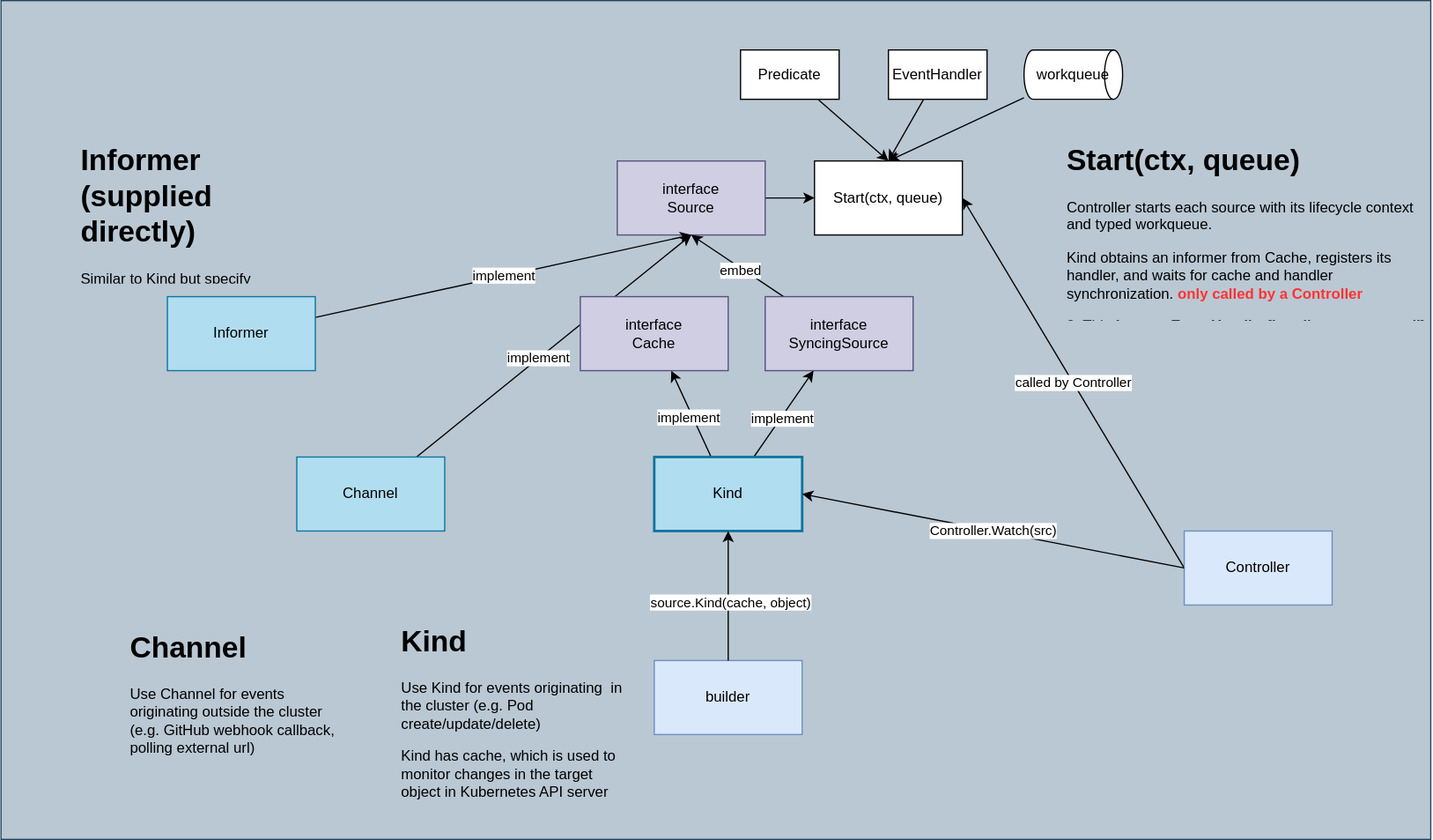
Earlier version of the draw.io export contents/kubernetes-operator/controller-runtime/source/diagram.drawio.svg (nakamasato/kubernetes-training). Source tidied: cells renumbered, new cells last; positions are measured from the earlier drawing's top-left corner, leaving out a move shared by most shapes.
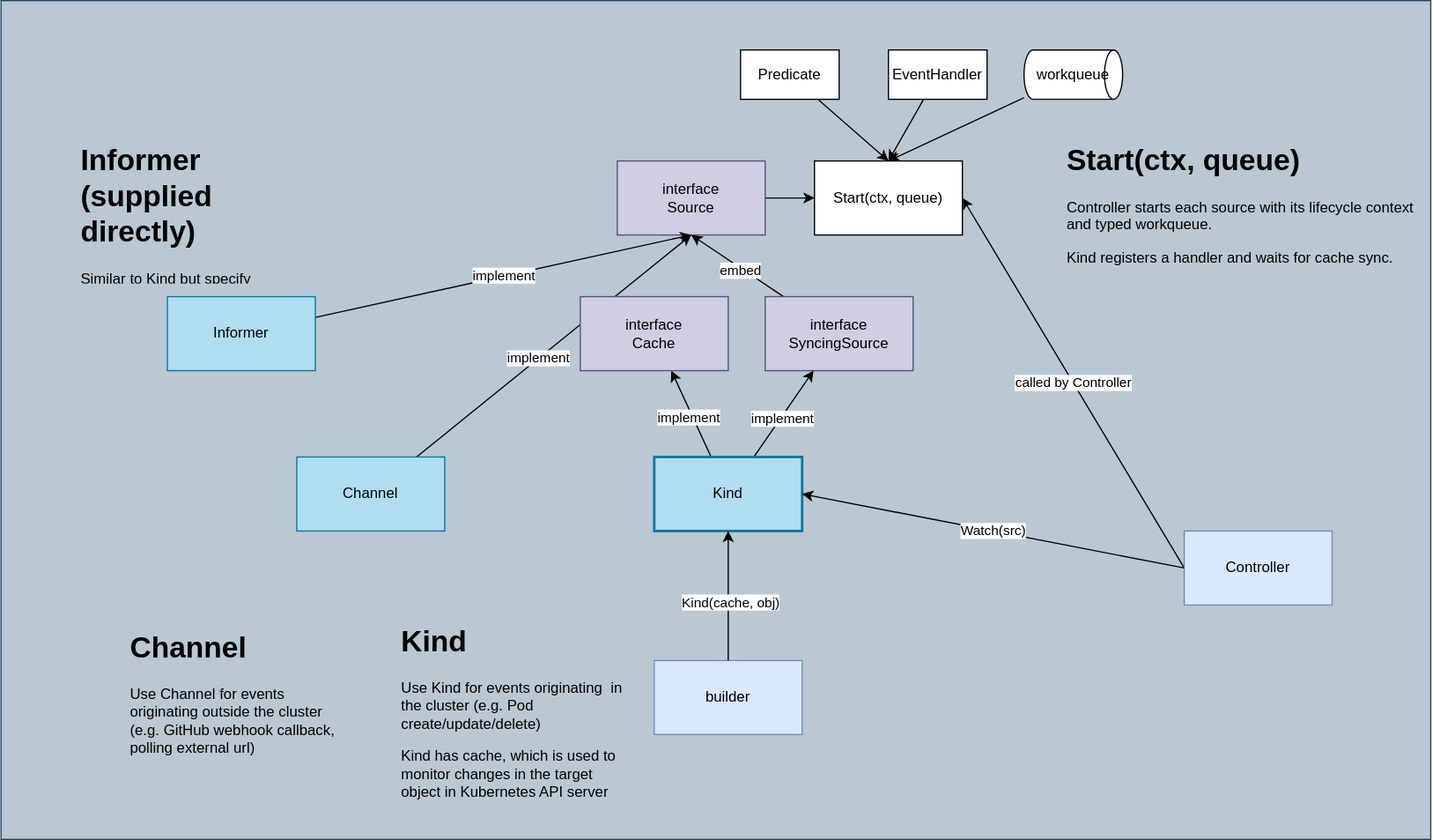
The same file after the commit.

Change to the diagram source:
```diff
@@ -82,7 +82,7 @@
     <mxCell id="27" value="Start(ctx, queue)" style="rounded=0;whiteSpace=wrap;html=1;" parent="1" vertex="1">
       <mxGeometry x="660" y="130" width="120" height="60" as="geometry" />
     </mxCell>
-    <mxCell id="28" value="&lt;h1&gt;Start(ctx, queue)&lt;/h1&gt;&lt;p&gt;Controller starts each source with its lifecycle context and typed workqueue.&lt;/p&gt;&lt;p&gt;Kind obtains an informer from Cache, registers its handler, and waits for cache and handler synchronization.&lt;/p&gt;" style="text;html=1;strokeColor=none;fillColor=none;spacing=5;spacingTop=-20;whiteSpace=wrap;overflow=hidden;rounded=0;" parent="1" vertex="1">
+    <mxCell id="28" value="&lt;h1&gt;Start(ctx, queue)&lt;/h1&gt;&lt;p&gt;Controller starts each source with its lifecycle context and typed workqueue.&lt;/p&gt;&lt;p&gt;Kind registers its handler with the cached informer and waits for synchronization.&lt;/p&gt;" style="text;html=1;strokeColor=none;fillColor=none;spacing=5;spacingTop=-20;whiteSpace=wrap;overflow=hidden;rounded=0;" parent="1" vertex="1">
       <mxGeometry x="860" y="110" width="300" height="150" as="geometry" />
     </mxCell>
     <mxCell id="29" value="called by Controller" style="edgeStyle=none;html=1;entryX=1;entryY=0.5;entryDx=0;entryDy=0;exitX=0;exitY=0.5;exitDx=0;exitDy=0;" parent="1" edge="1" source="30" target="27">
@@ -94,13 +94,13 @@
     <mxCell id="31" value="builder" style="rounded=0;whiteSpace=wrap;html=1;fillColor=#dae8fc;strokeColor=#6c8ebf;" parent="1" vertex="1">
       <mxGeometry x="530" y="535" width="120" height="60" as="geometry" />
     </mxCell>
-    <mxCell id="32" value="Controller.Watch(src)" style="edgeStyle=none;html=1;entryX=1;entryY=0.5;entryDx=0;entryDy=0;exitX=0;exitY=0.5;exitDx=0;exitDy=0;" parent="1" edge="1" source="30" target="17">
+    <mxCell id="32" value="Watch(src)" style="edgeStyle=none;html=1;entryX=1;entryY=0.5;entryDx=0;entryDy=0;exitX=0;exitY=0.5;exitDx=0;exitDy=0;" parent="1" edge="1" source="30" target="17">
       <mxGeometry relative="1" as="geometry" />
     </mxCell>
     <mxCell id="33" style="edgeStyle=none;html=1;entryX=0.5;entryY=1;entryDx=0;entryDy=0;" parent="1" edge="1" source="31" target="17">
       <mxGeometry relative="1" as="geometry" />
     </mxCell>
-    <mxCell id="34" value="source.Kind(cache, object)" style="edgeLabel;html=1;align=center;verticalAlign=middle;" parent="33" vertex="1">
+    <mxCell id="34" value="Kind(cache, obj)" style="edgeLabel;html=1;align=center;verticalAlign=middle;" parent="33" vertex="1">
       <mxGeometry x="-0.09" y="-1" relative="1" as="geometry" />
     </mxCell>
     <mxCell id="35" value="Informer (supplied directly)" style="text;html=1;strokeColor=none;fillColor=none;spacing=5;spacingTop=-20;whiteSpace=wrap;overflow=hidden;rounded=0;" parent="1" vertex="1">
```
